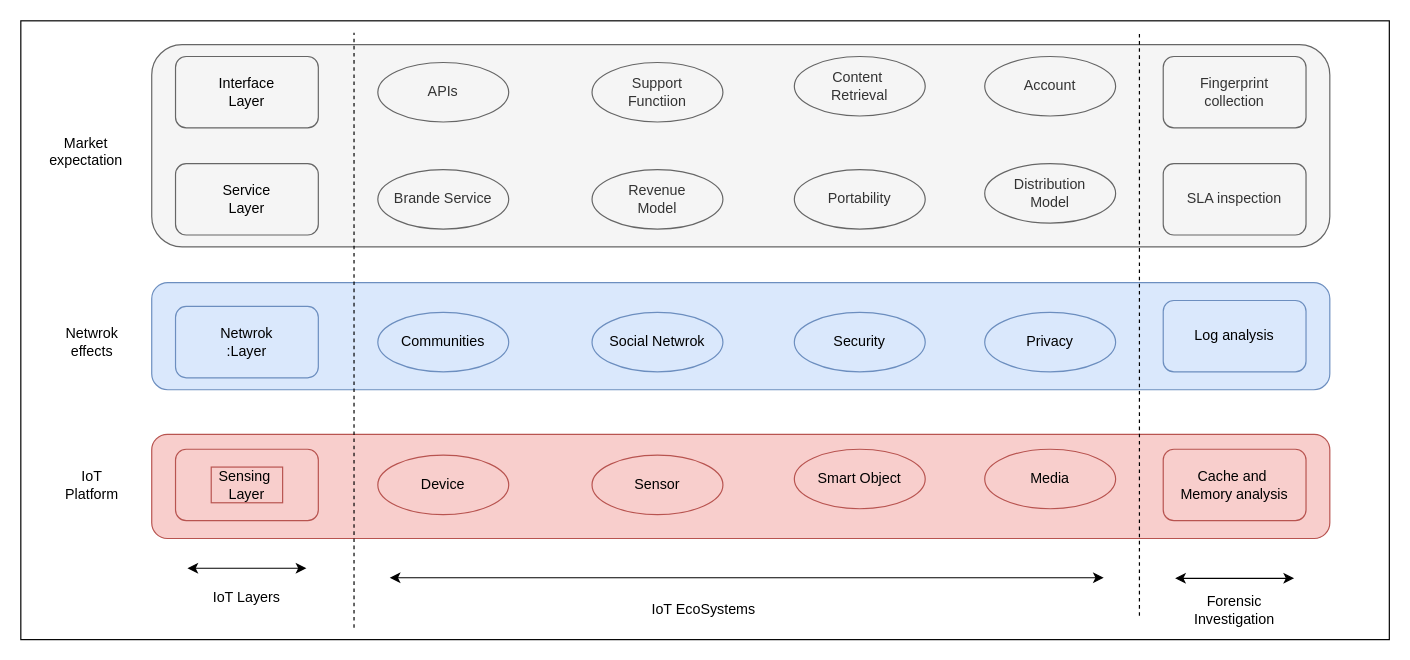
Above: ecosystem.drawio in MatejMistik/VUT_FIT_ITY_Project_5 (draw.io), before the change. Source tidied: cells renumbered, new cells numbered last; positions are measured from the earlier drawing's top-left corner, leaving out a move shared by most shapes. Both pictures are drawn from the tidied source at 119%, with x=0, y=0 at pixel (20, 20).
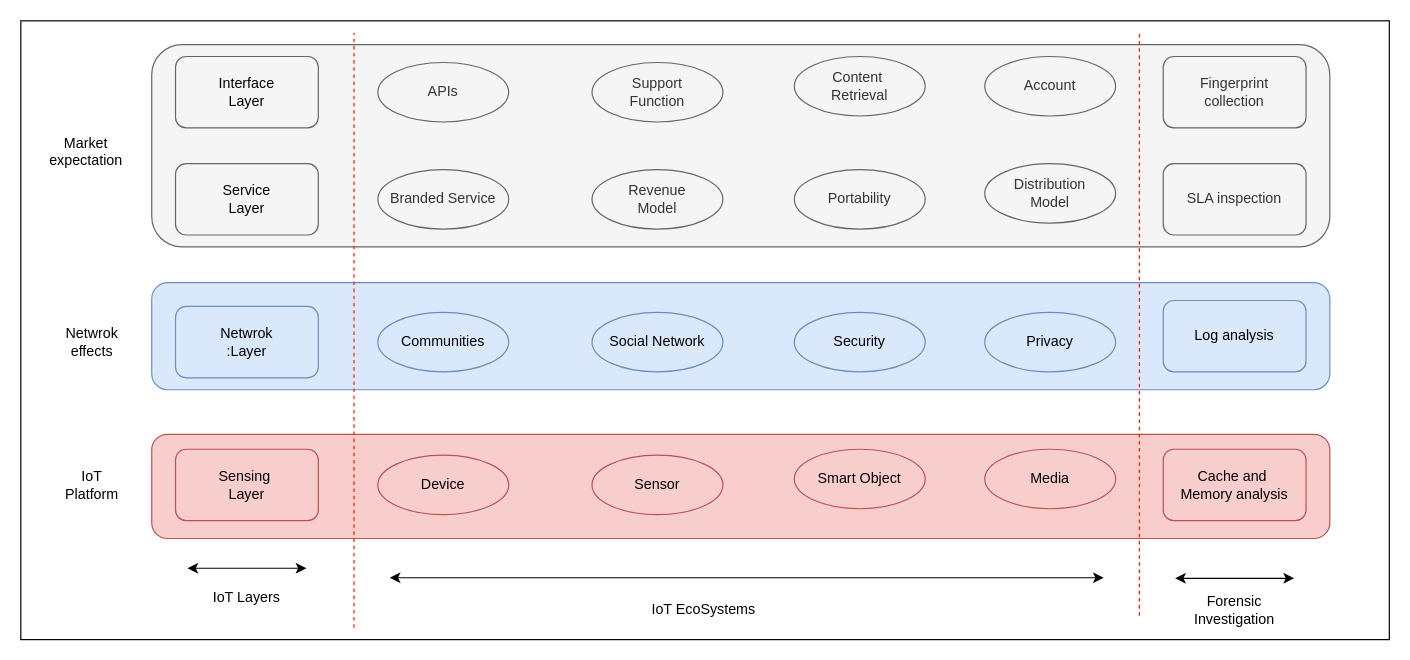
The same diagram, later.

The edit, as a diff of the source:
```diff
@@
-    <mxCell id="12" value="Support&lt;br&gt;Functiion" style="ellipse;whiteSpace=wrap;html=1;flipV=1;flipH=0;direction=west;fillColor=#f5f5f5;fontColor=#333333;strokeColor=#666666;" parent="1" vertex="1">
+    <mxCell id="12" value="Support&lt;br&gt;Function" style="ellipse;whiteSpace=wrap;html=1;flipV=1;flipH=0;direction=west;fillColor=#f5f5f5;fontColor=#333333;strokeColor=#666666;" parent="1" vertex="1">
       <mxGeometry x="480" y="35" width="110" height="50" as="geometry" />
     </mxCell>
@@
-    <mxCell id="21" style="endArrow=none;dashed=1;html=1;rounded=0;" parent="1" edge="1">
+    <mxCell id="21" style="endArrow=none;dashed=1;html=1;rounded=0;strokeColor=#FF1900;" parent="1" edge="1">
       <mxGeometry relative="1" as="geometry">
         <mxPoint x="940" y="500" as="sourcePoint" />
         <mxPoint x="940" y="10" as="targetPoint" />
       </mxGeometry>
     </mxCell>
@@
-    <mxCell id="24" value="Brande Service" style="ellipse;whiteSpace=wrap;html=1;flipV=1;flipH=0;direction=west;fillColor=#f5f5f5;fontColor=#333333;strokeColor=#666666;" parent="1" vertex="1">
+    <mxCell id="24" value="Branded Service" style="ellipse;whiteSpace=wrap;html=1;flipV=1;flipH=0;direction=west;fillColor=#f5f5f5;fontColor=#333333;strokeColor=#666666;" parent="1" vertex="1">
       <mxGeometry x="300" y="125" width="110" height="50" as="geometry" />
     </mxCell>
@@
-    <mxCell id="31" value="Social Netwrok" style="ellipse;whiteSpace=wrap;html=1;flipV=1;flipH=0;direction=west;fillColor=#dae8fc;strokeColor=#6c8ebf;" parent="1" vertex="1">
+    <mxCell id="31" value="Social Network" style="ellipse;whiteSpace=wrap;html=1;flipV=1;flipH=0;direction=west;fillColor=#dae8fc;strokeColor=#6c8ebf;" parent="1" vertex="1">
       <mxGeometry x="480" y="245" width="110" height="50" as="geometry" />
     </mxCell>
@@
-    <mxCell id="35" value="Sensing&amp;nbsp;&lt;br&gt;Layer" style="text;html=1;strokeColor=#b85450;fillColor=#f8cecc;align=center;verticalAlign=middle;whiteSpace=wrap;rounded=0;flipV=1;flipH=0;direction=west;" parent="1" vertex="1">
+    <mxCell id="35" value="Sensing&amp;nbsp;&lt;br&gt;Layer" style="text;html=1;align=center;verticalAlign=middle;whiteSpace=wrap;rounded=0;flipV=1;flipH=0;direction=west;" parent="1" vertex="1">
       <mxGeometry x="160" y="375" width="60" height="30" as="geometry" />
     </mxCell>
@@
-    <mxCell id="41" style="endArrow=none;dashed=1;html=1;rounded=0;" parent="1" edge="1">
+    <mxCell id="41" style="endArrow=none;dashed=1;html=1;rounded=0;fillColor=#f8cecc;strokeColor=#FF1900;" parent="1" edge="1">
       <mxGeometry relative="1" as="geometry">
         <mxPoint x="280" y="510" as="sourcePoint" />
         <mxPoint x="280" y="10" as="targetPoint" />
       </mxGeometry>
     </mxCell>
```
